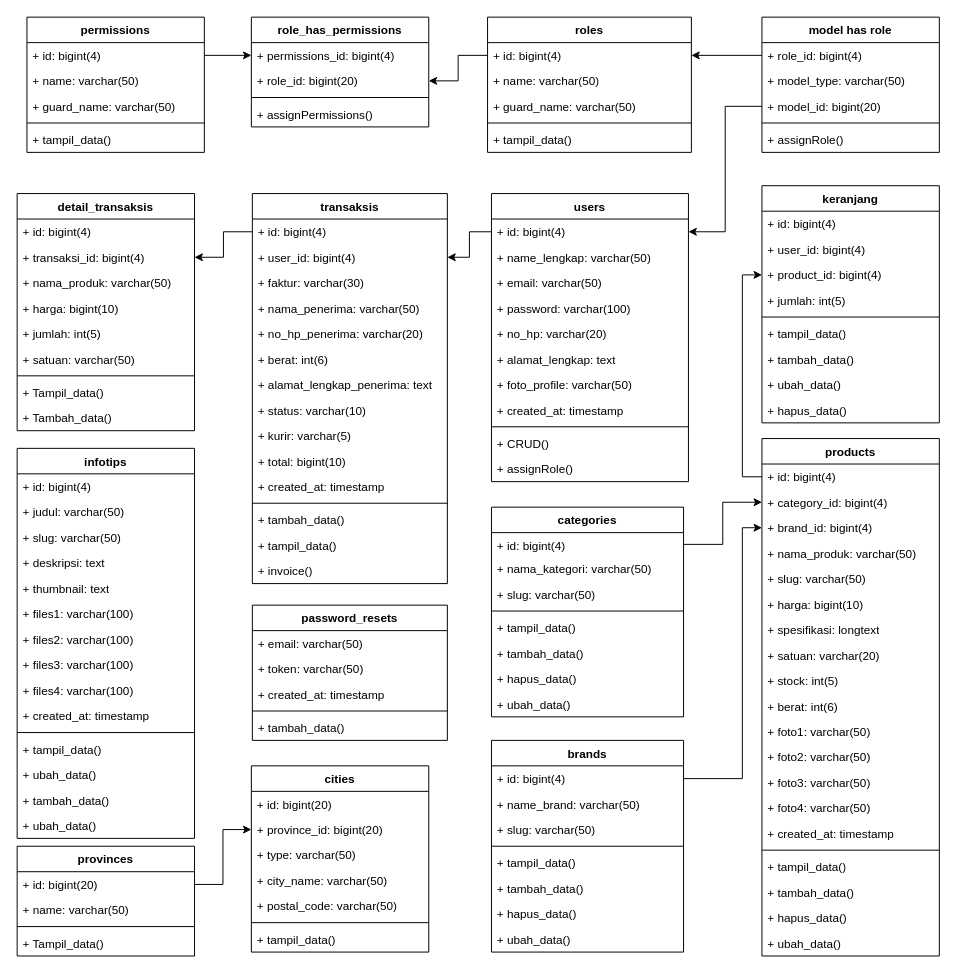
ThikerXCX/umltoko keeps this draw.io diagram as page "class" (2 of 2) of classdiagram.drawio. Above is the earlier version. Source tidied: cells renumbered, new cells numbered last; positions are measured from the earlier drawing's top-left corner, leaving out a move shared by most shapes. Both pictures are drawn from the tidied source at 98%, with x=0, y=0 at pixel (17, 17).
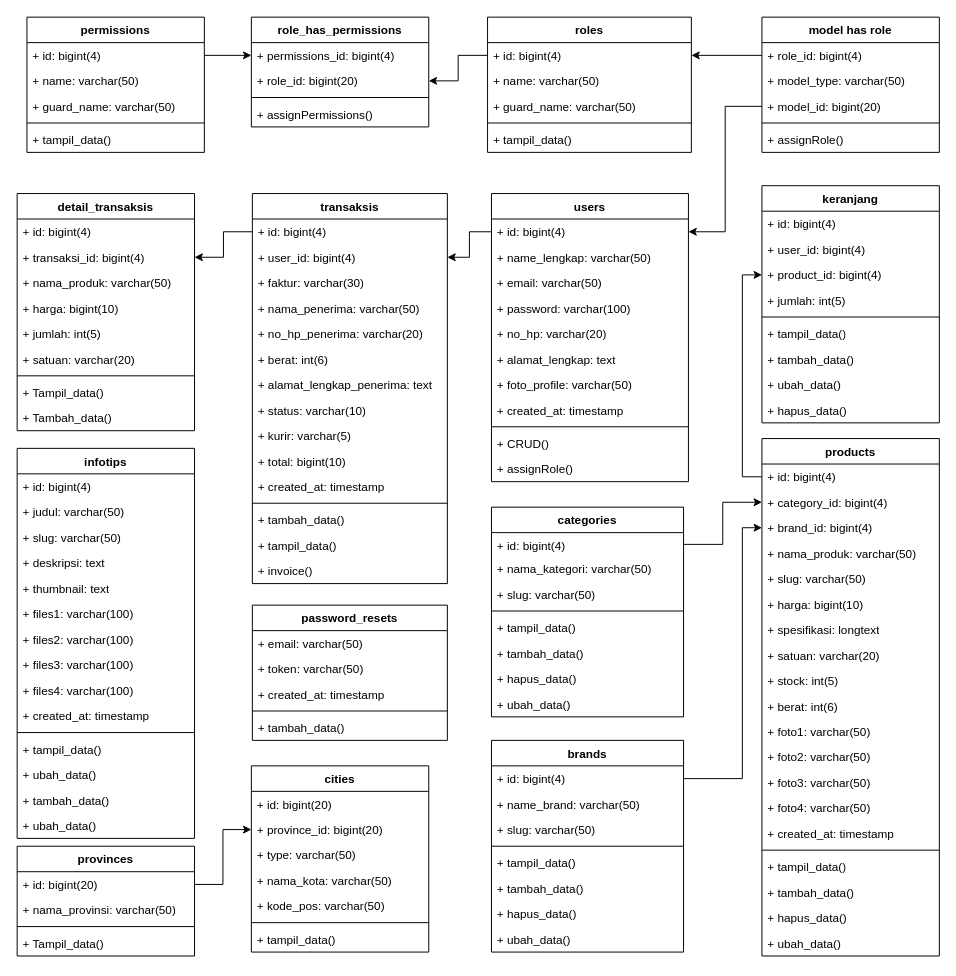
The same diagram, later.

The change refers to these unchanged cells:
```xml
<mxCell id="45" value="cities" style="swimlane;fontStyle=1;align=center;verticalAlign=top;horizontal=1;startSize=26;whiteSpace=wrap;html=1;" parent="1" vertex="1">
  <mxGeometry x="239" y="764" width="181" height="190" as="geometry" />
</mxCell>
<mxCell id="103" value="detail_transaksis" style="swimlane;fontStyle=1;align=center;verticalAlign=top;horizontal=1;startSize=26;whiteSpace=wrap;html=1;" parent="1" vertex="1">
  <mxGeometry y="180" width="181" height="242" as="geometry" />
</mxCell>
<mxCell id="113" value="provinces" style="swimlane;fontStyle=1;align=center;verticalAlign=top;horizontal=1;startSize=26;whiteSpace=wrap;html=1;" parent="1" vertex="1">
  <mxGeometry y="846" width="181" height="112" as="geometry" />
</mxCell>
```

Diff of the diagram source:
```diff
@@
-    <mxCell id="49" value="+ city_name: varchar(50)" style="text;strokeColor=none;fillColor=none;align=left;verticalAlign=top;spacingLeft=4;spacingRight=4;overflow=hidden;whiteSpace=wrap;html=1;" parent="45" vertex="1">
+    <mxCell id="49" value="+ nama_kota: varchar(50)" style="text;strokeColor=none;fillColor=none;align=left;verticalAlign=top;spacingLeft=4;spacingRight=4;overflow=hidden;whiteSpace=wrap;html=1;" parent="45" vertex="1">
       <mxGeometry y="104" width="181" height="26" as="geometry" />
     </mxCell>
-    <mxCell id="50" value="+ postal_code: varchar(50)" style="text;strokeColor=none;fillColor=none;align=left;verticalAlign=top;spacingLeft=4;spacingRight=4;overflow=hidden;whiteSpace=wrap;html=1;" parent="45" vertex="1">
+    <mxCell id="50" value="+ kode_pos: varchar(50)" style="text;strokeColor=none;fillColor=none;align=left;verticalAlign=top;spacingLeft=4;spacingRight=4;overflow=hidden;whiteSpace=wrap;html=1;" parent="45" vertex="1">
       <mxGeometry y="130" width="181" height="26" as="geometry" />
     </mxCell>
@@
-    <mxCell id="109" value="+ satuan: varchar(50)" style="text;strokeColor=none;fillColor=none;align=left;verticalAlign=top;spacingLeft=4;spacingRight=4;overflow=hidden;whiteSpace=wrap;html=1;" parent="103" vertex="1">
+    <mxCell id="109" value="+ satuan: varchar(20)" style="text;strokeColor=none;fillColor=none;align=left;verticalAlign=top;spacingLeft=4;spacingRight=4;overflow=hidden;whiteSpace=wrap;html=1;" parent="103" vertex="1">
       <mxGeometry y="156" width="181" height="26" as="geometry" />
     </mxCell>
@@
-    <mxCell id="115" value="+ name: varchar(50)" style="text;strokeColor=none;fillColor=none;align=left;verticalAlign=top;spacingLeft=4;spacingRight=4;overflow=hidden;whiteSpace=wrap;html=1;" parent="113" vertex="1">
+    <mxCell id="115" value="+ nama_provinsi: varchar(50)" style="text;strokeColor=none;fillColor=none;align=left;verticalAlign=top;spacingLeft=4;spacingRight=4;overflow=hidden;whiteSpace=wrap;html=1;" parent="113" vertex="1">
       <mxGeometry y="52" width="181" height="26" as="geometry" />
     </mxCell>
```
